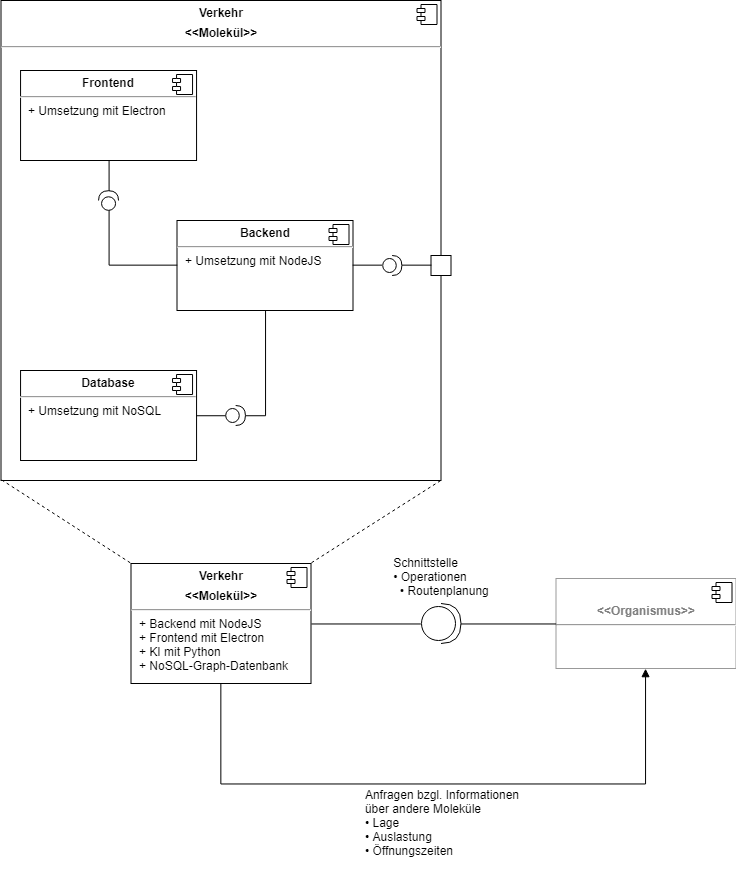
mif-sge/verkehr keeps this draw.io diagram as Documentation/Concepts/Technologies.png. Above is the earlier version. Source tidied: cells renumbered, new cells last; positions are measured from the earlier drawing's top-left corner, leaving out a move shared by most shapes.
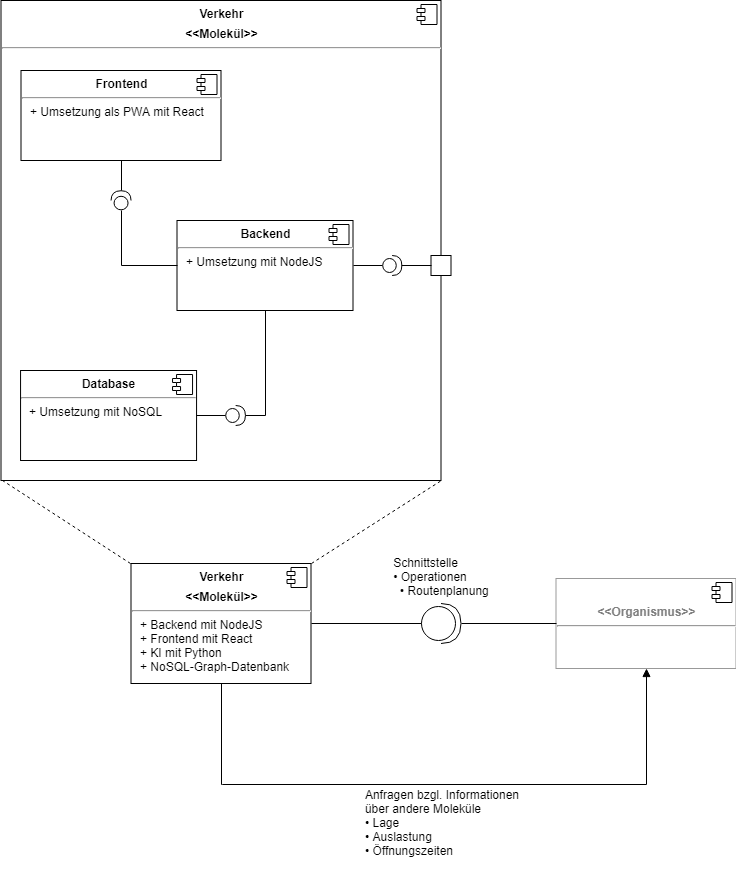
Later version of the same file.

Commit message:
Update technologies diagram

What changed in the source:
```diff
@@ -10,8 +10,8 @@
         <mxPoint x="-24" y="4" as="offset" />
       </mxGeometry>
     </mxCell>
-    <mxCell id="4" value="&lt;p style=&quot;margin: 0px ; margin-top: 6px ; text-align: center&quot;&gt;&lt;b&gt;Frontend&lt;/b&gt;&lt;/p&gt;&lt;hr&gt;&lt;p style=&quot;margin: 0px ; margin-left: 8px&quot;&gt;+ Umsetzung mit Electron&lt;/p&gt;" style="align=left;overflow=fill;html=1;strokeColor=#000000;fillColor=#FFFFFF;" parent="2" vertex="1">
-      <mxGeometry x="19.6" y="70" width="176" height="90" as="geometry" />
+    <mxCell id="4" value="&lt;p style=&quot;margin: 0px ; margin-top: 6px ; text-align: center&quot;&gt;&lt;b&gt;Frontend&lt;/b&gt;&lt;/p&gt;&lt;hr&gt;&lt;p style=&quot;margin: 0px ; margin-left: 8px&quot;&gt;+ Umsetzung als PWA mit React&lt;/p&gt;" style="align=left;overflow=fill;html=1;strokeColor=#000000;fillColor=#FFFFFF;" parent="2" vertex="1">
+      <mxGeometry x="20" y="70" width="200" height="90" as="geometry" />
     </mxCell>
     <mxCell id="5" style="shape=component;jettyWidth=8;jettyHeight=4;" parent="4" vertex="1">
       <mxGeometry x="1" width="20" height="20" relative="1" as="geometry">
@@ -51,7 +51,7 @@
       <mxGeometry relative="1" as="geometry" />
     </mxCell>
     <mxCell id="14" style="shape=providedRequiredInterface;html=1;verticalLabelPosition=bottom;strokeColor=#000000;fillColor=#FFFFFF;rotation=-90;" parent="2" vertex="1">
-      <mxGeometry x="97.8" y="190" width="19.6" height="20" as="geometry" />
+      <mxGeometry x="110.3" y="190" width="19.6" height="20" as="geometry" />
     </mxCell>
     <mxCell id="15" style="endArrow=none;html=1;entryX=0.5;entryY=1;entryDx=0;entryDy=0;exitX=1;exitY=0.5;exitDx=0;exitDy=0;exitPerimeter=0;edgeStyle=orthogonalEdgeStyle;" parent="2" edge="1" source="14" target="4">
       <mxGeometry relative="1" as="geometry" />
@@ -99,7 +99,7 @@
         </Array>
       </mxGeometry>
     </mxCell>
-    <mxCell id="28" value="&lt;p style=&quot;margin: 0px ; margin-top: 6px ; text-align: center&quot;&gt;&lt;b&gt;Verkehr&lt;/b&gt;&lt;/p&gt;&lt;p style=&quot;margin: 0px ; margin-top: 6px ; text-align: center&quot;&gt;&lt;b&gt;&amp;lt;&amp;lt;Molekül&amp;gt;&amp;gt;&lt;/b&gt;&lt;/p&gt;&lt;hr&gt;&lt;p style=&quot;margin: 0px ; margin-left: 8px&quot;&gt;+ Backend mit NodeJS&lt;/p&gt;&lt;p style=&quot;margin: 0px ; margin-left: 8px&quot;&gt;+ Frontend mit Electron&lt;/p&gt;&lt;p style=&quot;margin: 0px ; margin-left: 8px&quot;&gt;+ KI mit Python&lt;/p&gt;&lt;p style=&quot;margin: 0px ; margin-left: 8px&quot;&gt;+ NoSQL-Graph-Datenbank&lt;/p&gt;" style="align=left;overflow=fill;html=1;strokeColor=#000000;fillColor=#FFFFFF;" parent="1" vertex="1">
+    <mxCell id="28" value="&lt;p style=&quot;margin: 0px ; margin-top: 6px ; text-align: center&quot;&gt;&lt;b&gt;Verkehr&lt;/b&gt;&lt;/p&gt;&lt;p style=&quot;margin: 0px ; margin-top: 6px ; text-align: center&quot;&gt;&lt;b&gt;&amp;lt;&amp;lt;Molekül&amp;gt;&amp;gt;&lt;/b&gt;&lt;/p&gt;&lt;hr&gt;&lt;p style=&quot;margin: 0px ; margin-left: 8px&quot;&gt;+ Backend mit NodeJS&lt;/p&gt;&lt;p style=&quot;margin: 0px ; margin-left: 8px&quot;&gt;+ Frontend mit React&lt;/p&gt;&lt;p style=&quot;margin: 0px ; margin-left: 8px&quot;&gt;+ KI mit Python&lt;/p&gt;&lt;p style=&quot;margin: 0px ; margin-left: 8px&quot;&gt;+ NoSQL-Graph-Datenbank&lt;/p&gt;" style="align=left;overflow=fill;html=1;strokeColor=#000000;fillColor=#FFFFFF;" parent="1" vertex="1">
       <mxGeometry x="130" y="563" width="180" height="120" as="geometry" />
     </mxCell>
     <mxCell id="29" style="shape=component;jettyWidth=8;jettyHeight=4;" parent="28" vertex="1">
```
